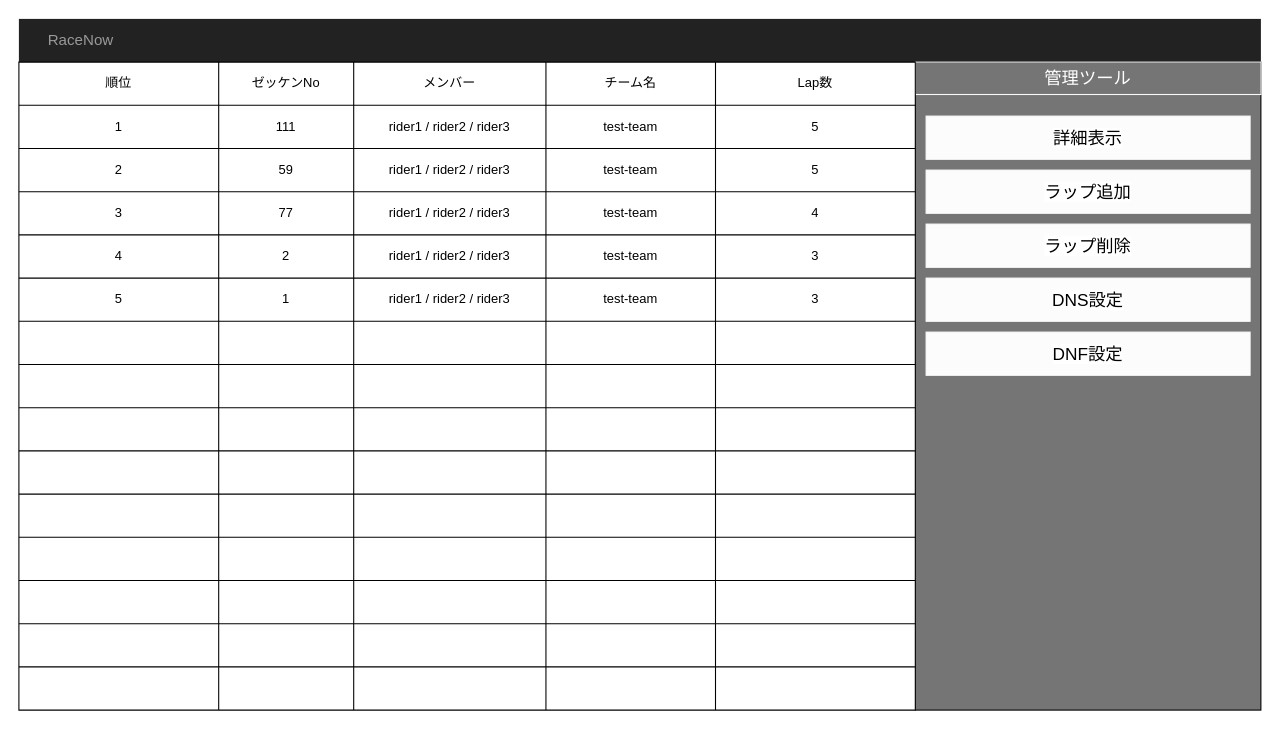
This is ResultInputImage.drawio from TSKGunGun/RaceNow, a draw.io file, before an edit. Source tidied: cells renumbered, new cells numbered last; positions are measured from the earlier drawing's top-left corner, leaving out a move shared by most shapes. Both pictures are drawn from the tidied source at 108%, with x=0, y=0 at pixel (18, 18).
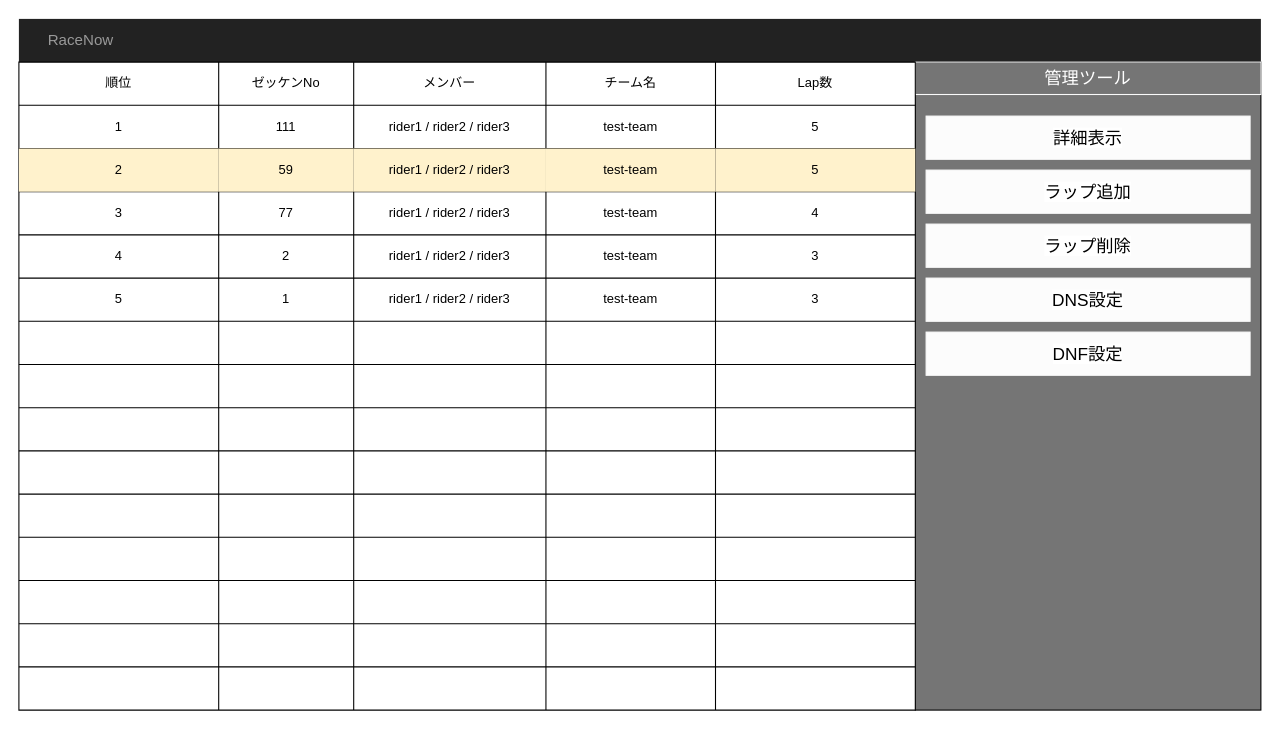
The same page after the edit.

The change refers to these unchanged cells:
```xml
<mxCell id="24" style="shape=partialRectangle;html=1;whiteSpace=wrap;fillColor=none;top=0;left=0;bottom=0;right=0;" parent="11" vertex="1">
  <mxGeometry y="80" width="830" height="40" as="geometry" />
</mxCell>
```

What changed in the source:
```diff
@@
-    <mxCell id="25" value="2" style="shape=partialRectangle;html=1;whiteSpace=wrap;fillColor=none;top=0;left=0;bottom=0;right=0;overflow=hidden;" parent="24" vertex="1">
+    <mxCell id="25" value="2" style="shape=partialRectangle;html=1;whiteSpace=wrap;fillColor=#fff2cc;top=0;left=0;bottom=0;right=0;overflow=hidden;strokeColor=#d6b656;" parent="24" vertex="1">
       <mxGeometry width="185" height="40" as="geometry" />
     </mxCell>
-    <mxCell id="26" value="59" style="shape=partialRectangle;html=1;whiteSpace=wrap;fillColor=none;top=0;left=0;bottom=0;right=0;overflow=hidden;" parent="24" vertex="1">
+    <mxCell id="26" value="59" style="shape=partialRectangle;html=1;whiteSpace=wrap;fillColor=#fff2cc;top=0;left=0;bottom=0;right=0;overflow=hidden;strokeColor=#d6b656;" parent="24" vertex="1">
       <mxGeometry x="185" width="125" height="40" as="geometry" />
     </mxCell>
-    <mxCell id="27" value="&lt;span&gt;rider1 / rider2 / rider3&lt;/span&gt;" style="shape=partialRectangle;html=1;whiteSpace=wrap;fillColor=none;top=0;left=0;bottom=0;right=0;overflow=hidden;" parent="24" vertex="1">
+    <mxCell id="27" value="&lt;span&gt;rider1 / rider2 / rider3&lt;/span&gt;" style="shape=partialRectangle;html=1;whiteSpace=wrap;fillColor=#fff2cc;top=0;left=0;bottom=0;right=0;overflow=hidden;strokeColor=#d6b656;" parent="24" vertex="1">
       <mxGeometry x="310" width="178" height="40" as="geometry" />
     </mxCell>
-    <mxCell id="28" value="test-team" style="shape=partialRectangle;html=1;whiteSpace=wrap;fillColor=none;top=0;left=0;bottom=0;right=0;overflow=hidden;" parent="24" vertex="1">
+    <mxCell id="28" value="test-team" style="shape=partialRectangle;html=1;whiteSpace=wrap;fillColor=#fff2cc;top=0;left=0;bottom=0;right=0;overflow=hidden;strokeColor=#d6b656;" parent="24" vertex="1">
       <mxGeometry x="488" width="157" height="40" as="geometry" />
     </mxCell>
-    <mxCell id="29" value="5" style="shape=partialRectangle;html=1;whiteSpace=wrap;fillColor=none;top=0;left=0;bottom=0;right=0;overflow=hidden;" parent="24" vertex="1">
+    <mxCell id="29" value="5" style="shape=partialRectangle;html=1;whiteSpace=wrap;fillColor=#fff2cc;top=0;left=0;bottom=0;right=0;overflow=hidden;strokeColor=#d6b656;" parent="24" vertex="1">
       <mxGeometry x="645" width="185" height="40" as="geometry" />
     </mxCell>
```
